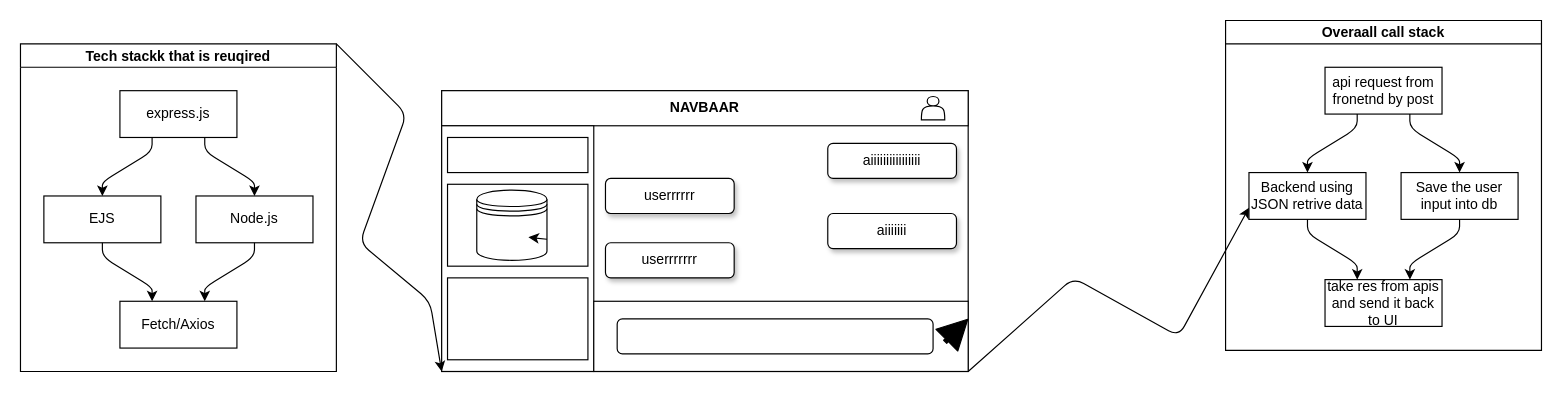
Above: .drawio in nishav07/Abusive-AI (draw.io), before the change. Source tidied: cells renumbered, new cells numbered last; positions are measured from the earlier drawing's top-left corner, leaving out a move shared by most shapes. Both pictures are drawn from the tidied source at 117%, with x=0, y=0 at pixel (20, 20).
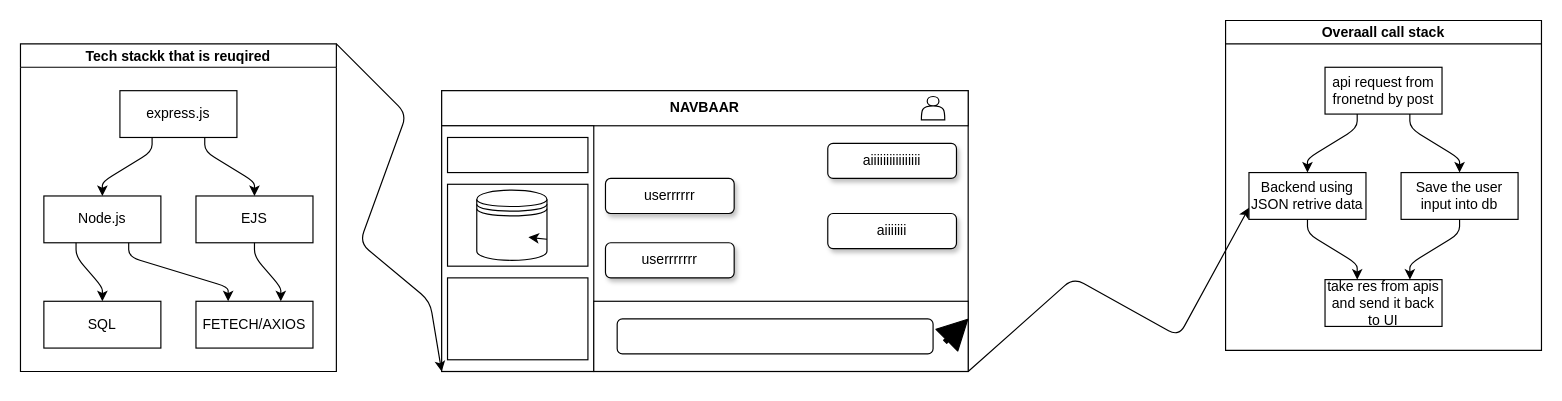
After the change.

The change refers to these unchanged cells:
```xml
<mxCell id="30" value="Tech stackk that is reuqired" style="swimlane;startSize=20;horizontal=1;flowOrientation=north;interRankCellSpacing=50;containerType=tree;fontSize=12;" parent="1" vertex="1">
  <mxGeometry y="20" width="270" height="280" as="geometry" />
</mxCell>
<mxCell id="31" value="express.js" style="whiteSpace=wrap;html=1;" parent="30" vertex="1">
  <mxGeometry x="85" y="40" width="100" height="40" as="geometry" />
</mxCell>
```

What changed in the source:
```diff
@@
     <mxCell id="32" value="Node.js" style="whiteSpace=wrap;html=1;" parent="30" vertex="1">
-      <mxGeometry x="150" y="130" width="100" height="40" as="geometry" />
+      <mxGeometry x="20" y="130" width="100" height="40" as="geometry" />
     </mxCell>
     <mxCell id="33" style="html=1;rounded=1;curved=0;sourcePerimeterSpacing=0;targetPerimeterSpacing=0;startSize=6;endSize=6;noEdgeStyle=1;orthogonal=1;" parent="30" edge="1" source="31" target="32">
       <mxGeometry relative="1" as="geometry">
         <Array as="points">
-          <mxPoint x="157.5" y="92" />
-          <mxPoint x="200" y="118" />
+          <mxPoint x="112.5" y="92" />
+          <mxPoint x="70" y="118" />
         </Array>
       </mxGeometry>
     </mxCell>
     <mxCell id="34" value="EJS" style="whiteSpace=wrap;html=1;" parent="30" vertex="1">
-      <mxGeometry x="20" y="130" width="100" height="40" as="geometry" />
+      <mxGeometry x="150" y="130" width="100" height="40" as="geometry" />
     </mxCell>
     <mxCell id="35" style="html=1;rounded=1;curved=0;sourcePerimeterSpacing=0;targetPerimeterSpacing=0;startSize=6;endSize=6;noEdgeStyle=1;orthogonal=1;" parent="30" edge="1" source="31" target="34">
       <mxGeometry relative="1" as="geometry">
         <Array as="points">
-          <mxPoint x="112.5" y="92" />
-          <mxPoint x="70" y="118" />
+          <mxPoint x="157.5" y="92" />
+          <mxPoint x="200" y="118" />
         </Array>
       </mxGeometry>
     </mxCell>
-    <mxCell id="36" value="Fetch/Axios" style="whiteSpace=wrap;html=1;" parent="30" vertex="1">
-      <mxGeometry x="85" y="220" width="100" height="40" as="geometry" />
+    <mxCell id="36" value="FETECH/AXIOS" style="whiteSpace=wrap;html=1;" parent="30" vertex="1">
+      <mxGeometry x="150" y="220" width="100" height="40" as="geometry" />
     </mxCell>
     <mxCell id="37" style="html=1;rounded=1;curved=0;sourcePerimeterSpacing=0;targetPerimeterSpacing=0;startSize=6;endSize=6;noEdgeStyle=1;orthogonal=1;" parent="30" edge="1" source="32" target="36">
       <mxGeometry relative="1" as="geometry">
         <Array as="points">
-          <mxPoint x="200" y="182" />
-          <mxPoint x="157.5" y="208" />
+          <mxPoint x="92.5" y="182" />
+          <mxPoint x="177.5" y="208" />
         </Array>
       </mxGeometry>
     </mxCell>
     <mxCell id="38" style="html=1;rounded=1;curved=0;sourcePerimeterSpacing=0;targetPerimeterSpacing=0;startSize=6;endSize=6;noEdgeStyle=1;orthogonal=1;" parent="30" edge="1" source="34" target="36">
       <mxGeometry relative="1" as="geometry">
         <Array as="points">
-          <mxPoint x="70" y="182" />
-          <mxPoint x="112.5" y="208" />
+          <mxPoint x="200" y="182" />
+          <mxPoint x="222.5" y="208" />
         </Array>
       </mxGeometry>
     </mxCell>
+    <mxCell id="39" style="html=1;rounded=1;curved=0;sourcePerimeterSpacing=0;targetPerimeterSpacing=0;startSize=6;endSize=6;noEdgeStyle=1;orthogonal=1;" parent="30" edge="1" source="32" target="40">
+      <mxGeometry relative="1" as="geometry">
+        <Array as="points">
+          <mxPoint x="47.5" y="182" />
+          <mxPoint x="70" y="208" />
+        </Array>
+      </mxGeometry>
+    </mxCell>
+    <mxCell id="40" value="SQL" style="whiteSpace=wrap;html=1;" parent="30" vertex="1">
+      <mxGeometry x="20" y="220" width="100" height="40" as="geometry" />
+    </mxCell>
```
